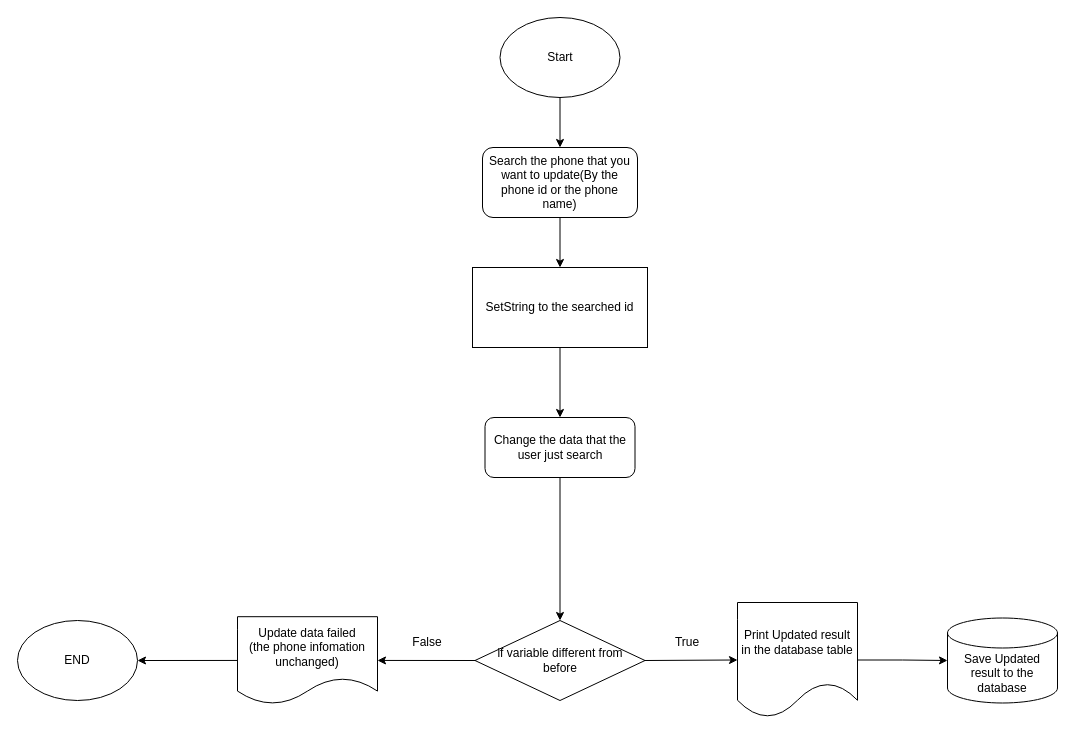
Above: new update.drawio in khanh8603/khanh8603 (draw.io), before the change. Source tidied: cells renumbered, new cells numbered last; positions are measured from the earlier drawing's top-left corner, leaving out a move shared by most shapes. Both pictures are drawn from the tidied source at 100%, with x=0, y=0 at pixel (17, 17).
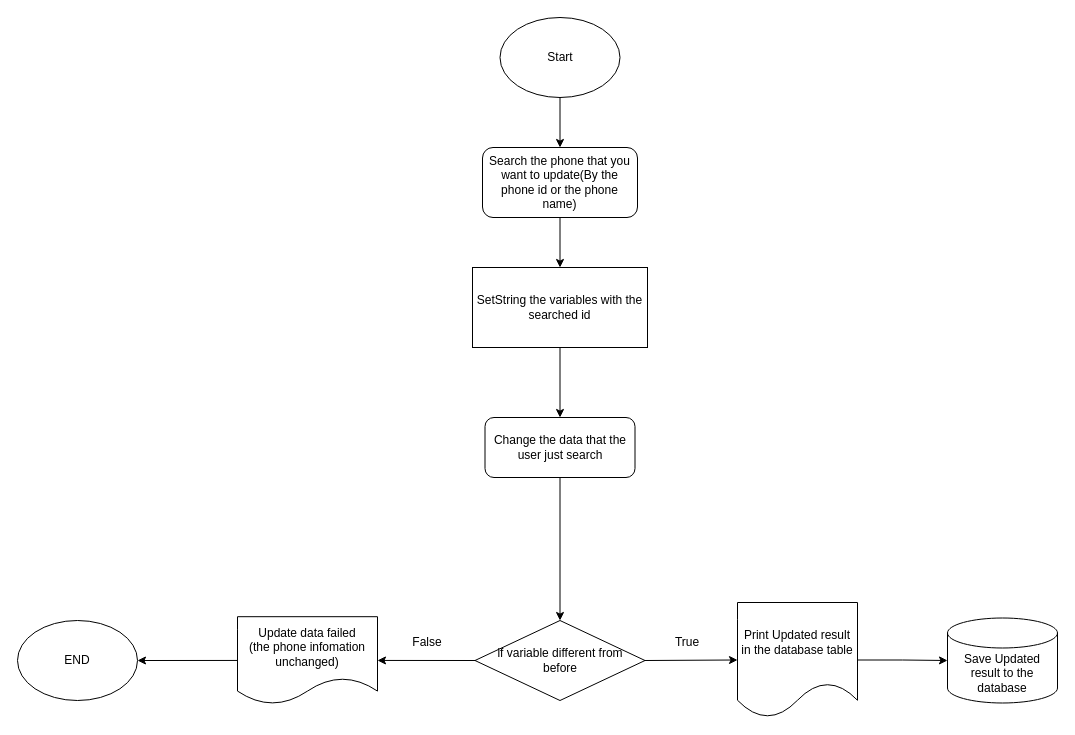
The same page after the edit.

Commit message:
Cập nhật new update.drawio

Diff of the diagram source:
```diff
@@
-    <mxCell id="13" value="&lt;div&gt;SetString to the searched id&lt;/div&gt;" style="rounded=0;whiteSpace=wrap;html=1;" parent="1" vertex="1">
+    <mxCell id="13" value="&lt;div&gt;SetString the variables with the searched id&lt;/div&gt;" style="rounded=0;whiteSpace=wrap;html=1;" parent="1" vertex="1">
       <mxGeometry x="455" y="250" width="175" height="80" as="geometry" />
     </mxCell>
```
